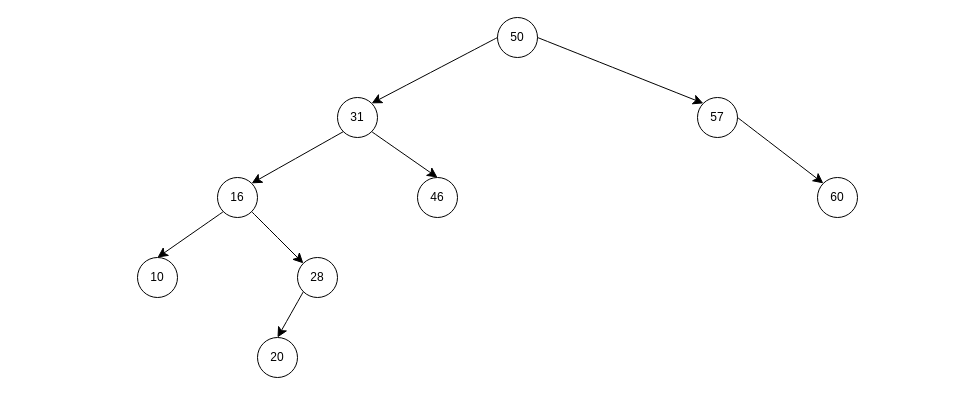
This is avl_tree.drawio from semihhdemirel/semihhdemirel, a draw.io file, before an edit. Source tidied: cells renumbered, new cells numbered last; positions are measured from the earlier drawing's top-left corner, leaving out a move shared by most shapes. Both pictures are drawn from the tidied source at 100%, with x=0, y=0 at pixel (137, 17).
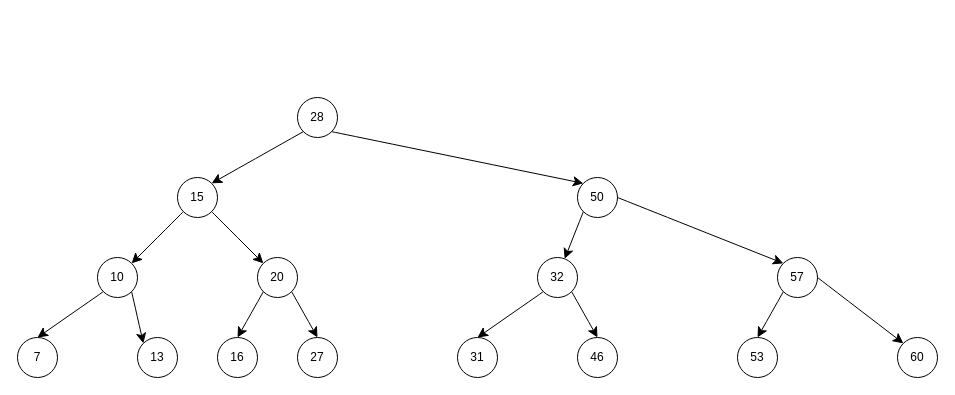
The same diagram, later.

Change to the diagram source:
```diff
@@
     <mxCell id="2" value="28" style="ellipse;whiteSpace=wrap;html=1;" parent="1" vertex="1">
-      <mxGeometry x="160" y="240" width="40" height="40" as="geometry" />
+      <mxGeometry x="160" y="80" width="40" height="40" as="geometry" />
     </mxCell>
     <mxCell id="3" value="50" style="ellipse;whiteSpace=wrap;html=1;" parent="1" vertex="1">
-      <mxGeometry x="360" width="40" height="40" as="geometry" />
+      <mxGeometry x="440" y="160" width="40" height="40" as="geometry" />
     </mxCell>
     <mxCell id="4" value="57" style="ellipse;whiteSpace=wrap;html=1;" parent="1" vertex="1">
-      <mxGeometry x="560" y="80" width="40" height="40" as="geometry" />
+      <mxGeometry x="640" y="240" width="40" height="40" as="geometry" />
     </mxCell>
     <mxCell id="5" value="60" style="ellipse;whiteSpace=wrap;html=1;" parent="1" vertex="1">
-      <mxGeometry x="680" y="160" width="40" height="40" as="geometry" />
+      <mxGeometry x="760" y="320" width="40" height="40" as="geometry" />
     </mxCell>
-    <mxCell id="6" value="46" style="ellipse;whiteSpace=wrap;html=1;" parent="1" vertex="1">
-      <mxGeometry x="280" y="160" width="40" height="40" as="geometry" />
+    <mxCell id="6" value="32" style="ellipse;whiteSpace=wrap;html=1;" parent="1" vertex="1">
+      <mxGeometry x="400" y="240" width="40" height="40" as="geometry" />
     </mxCell>
     <mxCell id="7" value="31" style="ellipse;whiteSpace=wrap;html=1;" parent="1" vertex="1">
-      <mxGeometry x="200" y="80" width="40" height="40" as="geometry" />
+      <mxGeometry x="320" y="320" width="40" height="40" as="geometry" />
     </mxCell>
@@
-    <mxCell id="10" style="endArrow=classic;html=1;rounded=0;fontSize=12;startSize=8;endSize=8;curved=1;exitX=0;exitY=0.5;exitDx=0;exitDy=0;entryX=1;entryY=0;entryDx=0;entryDy=0;" parent="1" edge="1" source="3" target="7">
-      <mxGeometry relative="1" as="geometry" />
-    </mxCell>
-    <mxCell id="11" style="endArrow=classic;html=1;rounded=0;fontSize=12;startSize=8;endSize=8;curved=1;exitX=1;exitY=1;exitDx=0;exitDy=0;entryX=0.5;entryY=0;entryDx=0;entryDy=0;" parent="1" edge="1" source="7" target="6">
-      <mxGeometry relative="1" as="geometry" />
-    </mxCell>
     <mxCell id="12" value="16" style="ellipse;whiteSpace=wrap;html=1;" parent="1" vertex="1">
-      <mxGeometry x="80" y="160" width="40" height="40" as="geometry" />
+      <mxGeometry x="80" y="320" width="40" height="40" as="geometry" />
     </mxCell>
     <mxCell id="13" value="10" style="ellipse;whiteSpace=wrap;html=1;" parent="1" vertex="1">
-      <mxGeometry y="240" width="40" height="40" as="geometry" />
+      <mxGeometry x="-40" y="240" width="40" height="40" as="geometry" />
     </mxCell>
-    <mxCell id="14" style="endArrow=classic;html=1;rounded=0;fontSize=12;startSize=8;endSize=8;curved=1;exitX=0;exitY=1;exitDx=0;exitDy=0;entryX=1;entryY=0;entryDx=0;entryDy=0;" parent="1" edge="1" source="7" target="12">
-      <mxGeometry relative="1" as="geometry" />
-    </mxCell>
-    <mxCell id="15" style="endArrow=classic;html=1;rounded=0;fontSize=12;startSize=8;endSize=8;curved=1;exitX=1;exitY=1;exitDx=0;exitDy=0;entryX=0;entryY=0;entryDx=0;entryDy=0;" parent="1" edge="1" source="12" target="2">
-      <mxGeometry relative="1" as="geometry" />
-    </mxCell>
-    <mxCell id="16" style="endArrow=classic;html=1;rounded=0;fontSize=12;startSize=8;endSize=8;curved=1;entryX=0.5;entryY=0;entryDx=0;entryDy=0;exitX=0;exitY=1;exitDx=0;exitDy=0;" parent="1" edge="1" source="12" target="13">
-      <mxGeometry relative="1" as="geometry" />
-    </mxCell>
     <mxCell id="17" value="20" style="ellipse;whiteSpace=wrap;html=1;" parent="1" vertex="1">
-      <mxGeometry x="120" y="320" width="40" height="40" as="geometry" />
+      <mxGeometry x="120" y="240" width="40" height="40" as="geometry" />
     </mxCell>
-    <mxCell id="18" style="endArrow=classic;html=1;rounded=0;fontSize=12;startSize=8;endSize=8;curved=1;entryX=0.5;entryY=0;entryDx=0;entryDy=0;exitX=0;exitY=1;exitDx=0;exitDy=0;" parent="1" edge="1" source="2" target="17">
-      <mxGeometry relative="1" as="geometry" />
-    </mxCell>
+    <mxCell id="19" value="13" style="ellipse;whiteSpace=wrap;html=1;" parent="1" vertex="1">
+      <mxGeometry y="320" width="40" height="40" as="geometry" />
+    </mxCell>
+    <mxCell id="20" style="endArrow=classic;html=1;rounded=0;fontSize=12;startSize=8;endSize=8;curved=1;exitX=1;exitY=1;exitDx=0;exitDy=0;entryX=0;entryY=0;entryDx=0;entryDy=0;" parent="1" edge="1" source="2" target="3">
+      <mxGeometry relative="1" as="geometry" />
+    </mxCell>
+    <mxCell id="21" style="endArrow=classic;html=1;rounded=0;fontSize=12;startSize=8;endSize=8;curved=1;exitX=1;exitY=1;exitDx=0;exitDy=0;entryX=0;entryY=0;entryDx=0;entryDy=0;" parent="1" edge="1" source="13" target="19">
+      <mxGeometry relative="1" as="geometry" />
+    </mxCell>
+    <mxCell id="22" value="53" style="ellipse;whiteSpace=wrap;html=1;" parent="1" vertex="1">
+      <mxGeometry x="600" y="320" width="40" height="40" as="geometry" />
+    </mxCell>
+    <mxCell id="23" style="endArrow=classic;html=1;rounded=0;fontSize=12;startSize=8;endSize=8;curved=1;entryX=0.5;entryY=0;entryDx=0;entryDy=0;exitX=0;exitY=1;exitDx=0;exitDy=0;" parent="1" edge="1" source="4" target="22">
+      <mxGeometry relative="1" as="geometry" />
+    </mxCell>
+    <mxCell id="24" value="46" style="ellipse;whiteSpace=wrap;html=1;" parent="1" vertex="1">
+      <mxGeometry x="440" y="320" width="40" height="40" as="geometry" />
+    </mxCell>
+    <mxCell id="25" style="endArrow=classic;html=1;rounded=0;fontSize=12;startSize=8;endSize=8;curved=1;exitX=0;exitY=1;exitDx=0;exitDy=0;" parent="1" edge="1" source="3" target="6">
+      <mxGeometry relative="1" as="geometry" />
+    </mxCell>
+    <mxCell id="26" style="endArrow=classic;html=1;rounded=0;fontSize=12;startSize=8;endSize=8;curved=1;exitX=0;exitY=1;exitDx=0;exitDy=0;entryX=0.5;entryY=0;entryDx=0;entryDy=0;" parent="1" edge="1" source="6" target="7">
+      <mxGeometry relative="1" as="geometry" />
+    </mxCell>
+    <mxCell id="27" style="endArrow=classic;html=1;rounded=0;fontSize=12;startSize=8;endSize=8;curved=1;exitX=1;exitY=1;exitDx=0;exitDy=0;entryX=0.5;entryY=0;entryDx=0;entryDy=0;" parent="1" edge="1" source="6" target="24">
+      <mxGeometry relative="1" as="geometry" />
+    </mxCell>
+    <mxCell id="28" value="7" style="ellipse;whiteSpace=wrap;html=1;" parent="1" vertex="1">
+      <mxGeometry x="-120" y="320" width="40" height="40" as="geometry" />
+    </mxCell>
+    <mxCell id="29" style="endArrow=classic;html=1;rounded=0;fontSize=12;startSize=8;endSize=8;curved=1;exitX=0;exitY=1;exitDx=0;exitDy=0;entryX=0.5;entryY=0;entryDx=0;entryDy=0;" parent="1" edge="1" source="13" target="28">
+      <mxGeometry relative="1" as="geometry" />
+    </mxCell>
+    <mxCell id="30" value="15" style="ellipse;whiteSpace=wrap;html=1;" parent="1" vertex="1">
+      <mxGeometry x="40" y="160" width="40" height="40" as="geometry" />
+    </mxCell>
+    <mxCell id="31" style="endArrow=classic;html=1;rounded=0;fontSize=12;startSize=8;endSize=8;curved=1;exitX=0;exitY=1;exitDx=0;exitDy=0;entryX=1;entryY=0;entryDx=0;entryDy=0;" parent="1" edge="1" source="2" target="30">
+      <mxGeometry relative="1" as="geometry" />
+    </mxCell>
+    <mxCell id="32" style="endArrow=classic;html=1;rounded=0;fontSize=12;startSize=8;endSize=8;curved=1;entryX=1;entryY=0;entryDx=0;entryDy=0;exitX=0;exitY=1;exitDx=0;exitDy=0;" parent="1" edge="1" source="30" target="13">
+      <mxGeometry relative="1" as="geometry" />
+    </mxCell>
+    <mxCell id="33" style="endArrow=classic;html=1;rounded=0;fontSize=12;startSize=8;endSize=8;curved=1;exitX=1;exitY=1;exitDx=0;exitDy=0;entryX=0;entryY=0;entryDx=0;entryDy=0;" parent="1" edge="1" source="30" target="17">
+      <mxGeometry relative="1" as="geometry" />
+    </mxCell>
+    <mxCell id="34" value="27" style="ellipse;whiteSpace=wrap;html=1;" parent="1" vertex="1">
+      <mxGeometry x="160" y="320" width="40" height="40" as="geometry" />
+    </mxCell>
+    <mxCell id="35" style="endArrow=classic;html=1;rounded=0;fontSize=12;startSize=8;endSize=8;curved=1;exitX=0;exitY=1;exitDx=0;exitDy=0;entryX=0.5;entryY=0;entryDx=0;entryDy=0;" parent="1" edge="1" source="17" target="12">
+      <mxGeometry relative="1" as="geometry" />
+    </mxCell>
+    <mxCell id="36" style="endArrow=classic;html=1;rounded=0;fontSize=12;startSize=8;endSize=8;curved=1;exitX=1;exitY=1;exitDx=0;exitDy=0;entryX=0.5;entryY=0;entryDx=0;entryDy=0;" parent="1" edge="1" source="17" target="34">
+      <mxGeometry relative="1" as="geometry" />
+    </mxCell>
```
